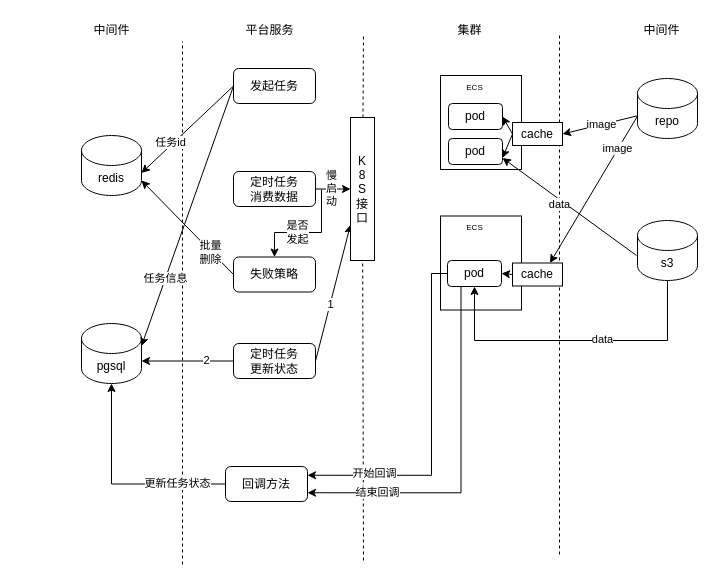
Earlier version of the draw.io diagram framework/simTaskManager.drawio (Morty123456/DrawIo). Source tidied: cells renumbered, new cells numbered last; positions are measured from the earlier drawing's top-left corner, leaving out a move shared by most shapes. Both pictures are drawn from the tidied source at 100%, with x=0, y=0 at pixel (81, 17).
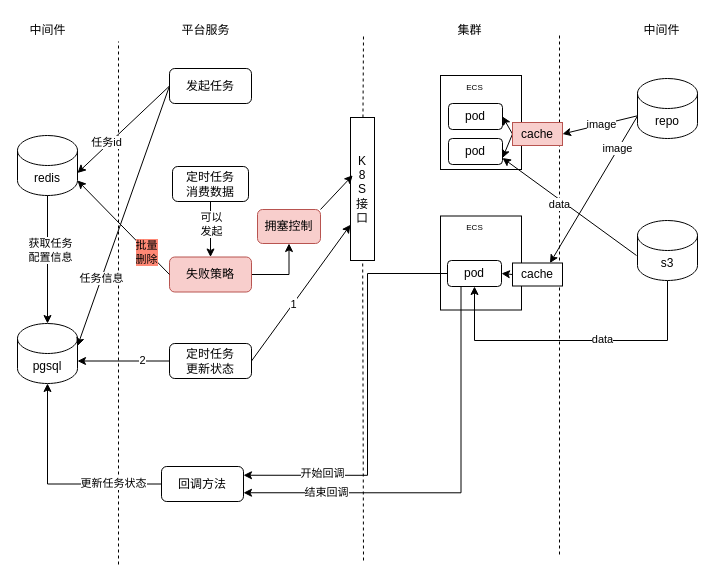
The same page after the edit.

The change refers to these unchanged cells:
```xml
<mxCell id="26" value="K&lt;div&gt;8&lt;/div&gt;&lt;div&gt;S&lt;/div&gt;&lt;div&gt;接口&lt;/div&gt;" style="rounded=0;whiteSpace=wrap;html=1;" parent="1" vertex="1">
  <mxGeometry x="269" y="100" width="24" height="143" as="geometry" />
</mxCell>
<mxCell id="48" value="pod" style="rounded=1;whiteSpace=wrap;html=1;" parent="1" vertex="1">
  <mxGeometry x="366" y="243" width="54" height="26" as="geometry" />
</mxCell>
<mxCell id="58" style="rounded=0;jettySize=auto;html=1;entryX=1;entryY=1;entryDx=0;entryDy=-15;entryPerimeter=0;exitX=0;exitY=0.5;exitDx=0;exitDy=0;" parent="1" edge="1" source="52" target="3">
  <mxGeometry relative="1" as="geometry" />
</mxCell>
```

Change to the diagram source:
```diff
@@
     <mxCell id="3" value="redis" style="shape=cylinder3;whiteSpace=wrap;html=1;boundedLbl=1;backgroundOutline=1;size=15;" parent="1" vertex="1">
-      <mxGeometry y="118" width="60" height="60" as="geometry" />
+      <mxGeometry x="-64" y="118" width="60" height="60" as="geometry" />
     </mxCell>
     <mxCell id="4" style="endArrow=none;dashed=1;html=1;rounded=0;" parent="1" edge="1">
       <mxGeometry relative="1" as="geometry">
-        <mxPoint x="101" y="547" as="sourcePoint" />
-        <mxPoint x="101" y="24" as="targetPoint" />
+        <mxPoint x="37" y="547" as="sourcePoint" />
+        <mxPoint x="37" y="24" as="targetPoint" />
       </mxGeometry>
     </mxCell>
@@
     <mxCell id="7" value="中间件" style="text;html=1;align=center;verticalAlign=middle;strokeColor=none;fillColor=none;" parent="1" vertex="1">
-      <mxGeometry x="3" width="54" height="26" as="geometry" />
+      <mxGeometry x="-61" width="54" height="26" as="geometry" />
     </mxCell>
     <mxCell id="8" value="平台服务" style="text;html=1;align=center;verticalAlign=middle;strokeColor=none;fillColor=none;" parent="1" vertex="1">
-      <mxGeometry x="155" width="66" height="26" as="geometry" />
+      <mxGeometry x="91" width="66" height="26" as="geometry" />
     </mxCell>
@@
     <mxCell id="11" value="发起任务" style="rounded=1;whiteSpace=wrap;html=1;" parent="1" vertex="1">
-      <mxGeometry x="152" y="51" width="82" height="35" as="geometry" />
+      <mxGeometry x="88" y="51" width="82" height="35" as="geometry" />
     </mxCell>
     <mxCell id="12" value="pgsql" style="shape=cylinder3;whiteSpace=wrap;html=1;boundedLbl=1;backgroundOutline=1;size=15;" parent="1" vertex="1">
-      <mxGeometry y="306" width="60" height="60" as="geometry" />
+      <mxGeometry x="-64" y="306" width="60" height="60" as="geometry" />
     </mxCell>
-    <mxCell id="13" style="edgeStyle=orthogonalEdgeStyle;rounded=0;jettySize=auto;html=1;entryX=0;entryY=0.5;entryDx=0;entryDy=0;" parent="1" edge="1" source="17" target="26">
-      <mxGeometry relative="1" as="geometry" />
-    </mxCell>
-    <mxCell id="14" value="慢&lt;div&gt;启&lt;/div&gt;&lt;div&gt;动&lt;/div&gt;" style="edgeLabel;html=1;align=center;verticalAlign=middle;" parent="13" vertex="1">
-      <mxGeometry x="0.11" y="1" relative="1" as="geometry" />
-    </mxCell>
-    <mxCell id="15" style="edgeStyle=orthogonalEdgeStyle;rounded=0;jettySize=auto;html=1;" parent="1" edge="1" target="52">
-      <mxGeometry relative="1" as="geometry">
-        <mxPoint x="240" y="172" as="sourcePoint" />
-        <Array as="points">
-          <mxPoint x="240" y="215" />
-          <mxPoint x="193" y="215" />
-        </Array>
-      </mxGeometry>
-    </mxCell>
-    <mxCell id="16" value="是否&lt;div&gt;发起&lt;/div&gt;" style="edgeLabel;html=1;align=center;verticalAlign=middle;" parent="15" vertex="1">
-      <mxGeometry x="0.31" y="2" relative="1" as="geometry">
-        <mxPoint x="7" y="-3" as="offset" />
-      </mxGeometry>
-    </mxCell>
+    <mxCell id="60" style="edgeStyle=orthogonalEdgeStyle;rounded=0;jettySize=auto;html=1;" parent="1" edge="1" source="17" target="52">
+      <mxGeometry relative="1" as="geometry" />
+    </mxCell>
+    <mxCell id="61" value="&lt;div&gt;可以&lt;/div&gt;&lt;div&gt;发起&lt;/div&gt;" style="edgeLabel;html=1;align=center;verticalAlign=middle;" parent="60" vertex="1">
+      <mxGeometry x="-0.19" relative="1" as="geometry" />
+    </mxCell>
     <mxCell id="17" value="定时任务&lt;div&gt;消费数据&lt;/div&gt;" style="rounded=1;whiteSpace=wrap;html=1;" parent="1" vertex="1">
-      <mxGeometry x="152" y="154" width="82" height="35" as="geometry" />
+      <mxGeometry x="91" y="149" width="76" height="35" as="geometry" />
     </mxCell>
@@
     <mxCell id="20" value="定时任务&lt;div&gt;更新状态&lt;/div&gt;" style="rounded=1;whiteSpace=wrap;html=1;" parent="1" vertex="1">
-      <mxGeometry x="152" y="326" width="82" height="35" as="geometry" />
+      <mxGeometry x="88" y="326" width="82" height="35" as="geometry" />
     </mxCell>
@@
-    <mxCell id="33" value="cache" style="rounded=0;whiteSpace=wrap;html=1;" parent="1" vertex="1">
+    <mxCell id="33" value="cache" style="rounded=0;whiteSpace=wrap;html=1;fillColor=#f8cecc;strokeColor=#b85450;" parent="1" vertex="1">
       <mxGeometry x="431" y="105" width="50" height="23" as="geometry" />
     </mxCell>
@@
     <mxCell id="44" style="edgeStyle=orthogonalEdgeStyle;rounded=0;jettySize=auto;html=1;entryX=1;entryY=0.25;entryDx=0;entryDy=0;" parent="1" edge="1" source="48" target="53">
       <mxGeometry relative="1" as="geometry">
         <Array as="points">
-          <mxPoint x="350" y="256" />
-          <mxPoint x="350" y="458" />
+          <mxPoint x="286" y="256" />
+          <mxPoint x="286" y="458" />
         </Array>
       </mxGeometry>
     </mxCell>
@@
+    <mxCell id="62" style="edgeStyle=orthogonalEdgeStyle;rounded=0;jettySize=auto;html=1;entryX=0.5;entryY=1;entryDx=0;entryDy=0;" parent="1" edge="1" source="52" target="65">
+      <mxGeometry relative="1" as="geometry" />
+    </mxCell>
-    <mxCell id="52" value="失败策略" style="rounded=1;whiteSpace=wrap;html=1;" parent="1" vertex="1">
-      <mxGeometry x="152" y="239.5" width="82" height="35" as="geometry" />
+    <mxCell id="52" value="失败策略" style="rounded=1;whiteSpace=wrap;html=1;fillColor=#f8cecc;strokeColor=#b85450;" parent="1" vertex="1">
+      <mxGeometry x="88" y="239.5" width="82" height="35" as="geometry" />
     </mxCell>
     <mxCell id="53" value="回调方法" style="rounded=1;whiteSpace=wrap;html=1;" parent="1" vertex="1">
-      <mxGeometry x="144" y="449" width="82" height="35" as="geometry" />
+      <mxGeometry x="80" y="449" width="82" height="35" as="geometry" />
     </mxCell>
@@
-    <mxCell id="59" value="批量&lt;div&gt;删除&lt;/div&gt;" style="edgeLabel;html=1;align=center;verticalAlign=middle;" parent="58" vertex="1">
+    <mxCell id="59" value="批量&lt;div&gt;删除&lt;/div&gt;" style="edgeLabel;html=1;align=center;verticalAlign=middle;labelBackgroundColor=#FF8875;" parent="58" vertex="1">
       <mxGeometry x="-0.51" y="1" relative="1" as="geometry" />
     </mxCell>
+    <mxCell id="63" style="edgeStyle=orthogonalEdgeStyle;rounded=0;jettySize=auto;html=1;entryX=0.5;entryY=0;entryDx=0;entryDy=0;entryPerimeter=0;" parent="1" edge="1" source="3" target="12">
+      <mxGeometry relative="1" as="geometry" />
+    </mxCell>
+    <mxCell id="64" value="获取任务&lt;div&gt;配置信息&lt;/div&gt;" style="edgeLabel;html=1;align=center;verticalAlign=middle;" parent="63" vertex="1">
+      <mxGeometry x="-0.15" y="2" relative="1" as="geometry" />
+    </mxCell>
+    <mxCell id="65" value="拥塞控制" style="rounded=1;whiteSpace=wrap;html=1;fillColor=#f8cecc;strokeColor=#b85450;" parent="1" vertex="1">
+      <mxGeometry x="176" y="192" width="63" height="34" as="geometry" />
+    </mxCell>
+    <mxCell id="66" style="rounded=0;jettySize=auto;html=1;exitX=1;exitY=0;exitDx=0;exitDy=0;entryX=0.092;entryY=0.404;entryDx=0;entryDy=0;entryPerimeter=0;" parent="1" edge="1" source="65" target="26">
+      <mxGeometry relative="1" as="geometry" />
+    </mxCell>
```
